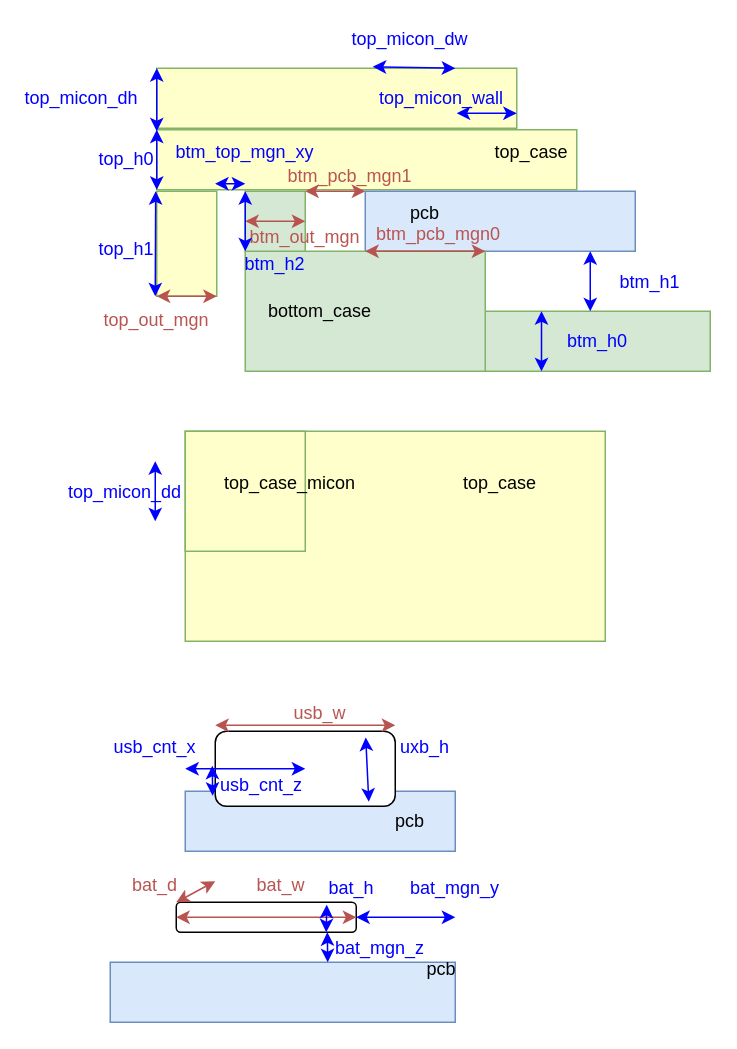
This is solx/components/keyboard/keycase.drawio from masashi2ueda/solx, a draw.io file, before an edit. Source tidied: cells renumbered, new cells numbered last; positions are measured from the earlier drawing's top-left corner, leaving out a move shared by most shapes. Both pictures are drawn from the tidied source at 150%, with x=0, y=0 at pixel (36, 26).
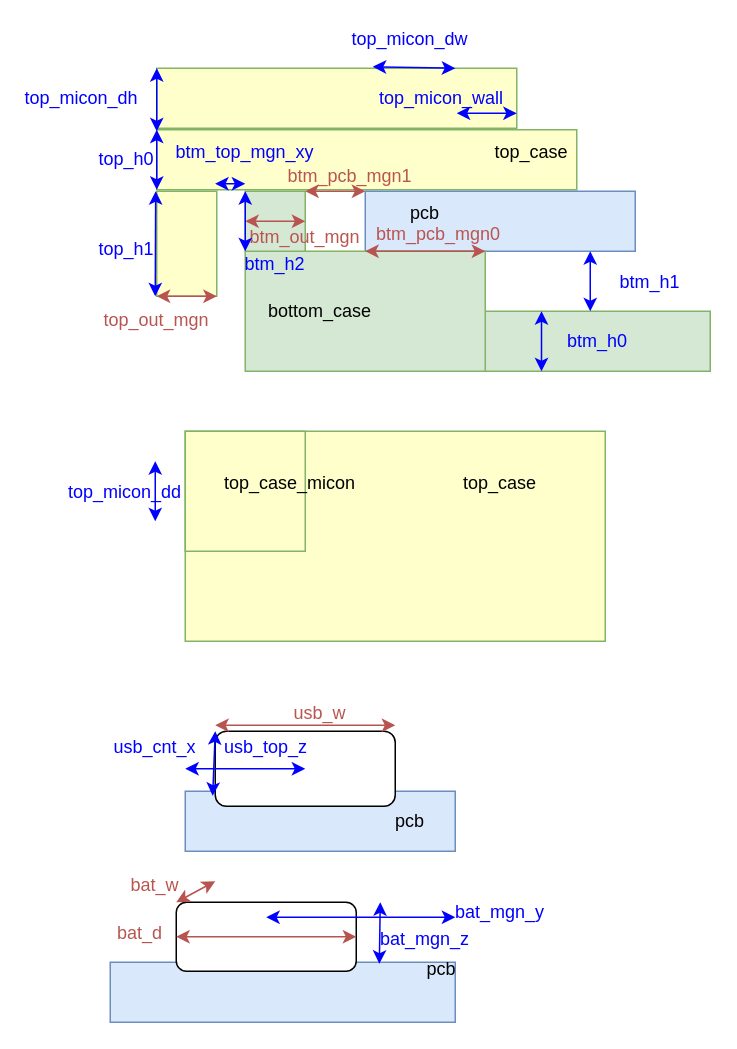
The same page after the edit.

Commit message (it also covers changes not shown here):
fix around mcn

The change refers to these unchanged cells:
```xml
<mxCell id="46" style="rounded=1;whiteSpace=wrap;html=1;" parent="1" vertex="1">
  <mxGeometry x="119" y="470" width="120" height="50" as="geometry" />
</mxCell>
<mxCell id="55" style="rounded=0;whiteSpace=wrap;html=1;fillColor=#dae8fc;strokeColor=#6c8ebf;" parent="1" vertex="1">
  <mxGeometry x="49" y="624" width="230" height="40" as="geometry" />
</mxCell>
```

What changed in the source:
```diff
@@
-    <mxCell id="47" value="usb_cnt_z" style="text;html=1;align=center;verticalAlign=middle;whiteSpace=wrap;rounded=0;fontColor=light-dark(#0000FF,#EDEDED);" parent="1" vertex="1">
-      <mxGeometry x="120" y="497" width="60" height="18" as="geometry" />
+    <mxCell id="47" value="usb_top_z" style="text;html=1;align=center;verticalAlign=middle;whiteSpace=wrap;rounded=0;fontColor=light-dark(#0000FF,#EDEDED);" parent="1" vertex="1">
+      <mxGeometry x="123" y="472" width="60" height="18" as="geometry" />
     </mxCell>
-    <mxCell id="48" style="endArrow=classic;startArrow=classic;html=1;fillColor=#f8cecc;strokeColor=#0000FF;" parent="1" edge="1">
+    <mxCell id="48" style="endArrow=classic;startArrow=classic;html=1;fillColor=#f8cecc;strokeColor=#0000FF;exitX=0;exitY=0;exitDx=0;exitDy=0;" parent="1" edge="1" source="46">
       <mxGeometry relative="1" as="geometry">
-        <mxPoint x="117" y="493" as="sourcePoint" />
         <mxPoint x="117.3" y="513" as="targetPoint" />
       </mxGeometry>
     </mxCell>
@@
-    <mxCell id="53" style="endArrow=classic;startArrow=classic;html=1;fillColor=#f8cecc;strokeColor=#0000FF;exitX=0.836;exitY=0.083;exitDx=0;exitDy=0;exitPerimeter=0;entryX=0.853;entryY=0.94;entryDx=0;entryDy=0;entryPerimeter=0;" parent="1" edge="1" source="46" target="46">
-      <mxGeometry relative="1" as="geometry" />
-    </mxCell>
-    <mxCell id="54" value="uxb_h" style="text;html=1;align=center;verticalAlign=middle;whiteSpace=wrap;rounded=0;fontColor=light-dark(#0000FF,#EDEDED);" parent="1" vertex="1">
-      <mxGeometry x="229" y="472" width="60" height="18" as="geometry" />
-    </mxCell>
@@
     <mxCell id="57" style="rounded=1;whiteSpace=wrap;html=1;" parent="1" vertex="1">
-      <mxGeometry x="93" y="584" width="120" height="20" as="geometry" />
+      <mxGeometry x="93" y="584" width="120" height="46" as="geometry" />
     </mxCell>
     <mxCell id="58" value="bat_mgn_z" style="text;html=1;align=center;verticalAlign=middle;whiteSpace=wrap;rounded=0;fontColor=light-dark(#0000FF,#EDEDED);" parent="1" vertex="1">
-      <mxGeometry x="199" y="606" width="60" height="18" as="geometry" />
+      <mxGeometry x="229" y="600" width="60" height="18" as="geometry" />
     </mxCell>
-    <mxCell id="59" style="endArrow=classic;startArrow=classic;html=1;fillColor=#f8cecc;strokeColor=#0000FF;" parent="1" edge="1">
+    <mxCell id="59" style="endArrow=classic;startArrow=classic;html=1;fillColor=#f8cecc;strokeColor=#0000FF;entryX=0.78;entryY=0.025;entryDx=0;entryDy=0;entryPerimeter=0;" parent="1" edge="1" target="55">
       <mxGeometry relative="1" as="geometry">
-        <mxPoint x="193.7" y="604" as="sourcePoint" />
-        <mxPoint x="194" y="624" as="targetPoint" />
+        <mxPoint x="229" y="584" as="sourcePoint" />
       </mxGeometry>
     </mxCell>
-    <mxCell id="60" style="endArrow=classic;startArrow=classic;html=1;fillColor=#f8cecc;strokeColor=#0000FF;exitX=1;exitY=0.5;exitDx=0;exitDy=0;" parent="1" edge="1" source="57">
+    <mxCell id="60" style="endArrow=classic;startArrow=classic;html=1;fillColor=#f8cecc;strokeColor=#0000FF;" parent="1" edge="1">
       <mxGeometry relative="1" as="geometry">
+        <mxPoint x="153" y="594" as="sourcePoint" />
         <mxPoint x="279" y="594" as="targetPoint" />
       </mxGeometry>
     </mxCell>
     <mxCell id="61" value="bat_mgn_y" style="text;html=1;align=center;verticalAlign=middle;whiteSpace=wrap;rounded=0;fontColor=light-dark(#0000FF,#EDEDED);" parent="1" vertex="1">
-      <mxGeometry x="249" y="566" width="60" height="18" as="geometry" />
+      <mxGeometry x="279" y="582" width="60" height="18" as="geometry" />
     </mxCell>
-    <mxCell id="62" value="bat_w" style="text;html=1;align=center;verticalAlign=middle;whiteSpace=wrap;rounded=0;fontColor=light-dark(#b95551, #ededed);" parent="1" vertex="1">
-      <mxGeometry x="133" y="564" width="60" height="18" as="geometry" />
+    <mxCell id="62" value="bat_d" style="text;html=1;align=center;verticalAlign=middle;whiteSpace=wrap;rounded=0;fontColor=light-dark(#b95551, #ededed);" parent="1" vertex="1">
+      <mxGeometry x="39" y="596" width="60" height="18" as="geometry" />
     </mxCell>
@@
-    <mxCell id="64" style="endArrow=classic;startArrow=classic;html=1;fillColor=#f8cecc;strokeColor=#0000FF;exitX=0.836;exitY=0.083;exitDx=0;exitDy=0;exitPerimeter=0;" parent="1" edge="1" source="57">
-      <mxGeometry relative="1" as="geometry">
-        <mxPoint x="193" y="604" as="targetPoint" />
-      </mxGeometry>
-    </mxCell>
-    <mxCell id="65" value="bat_h" style="text;html=1;align=center;verticalAlign=middle;whiteSpace=wrap;rounded=0;fontColor=light-dark(#0000FF,#EDEDED);" parent="1" vertex="1">
-      <mxGeometry x="180" y="566" width="60" height="18" as="geometry" />
-    </mxCell>
@@
-    <mxCell id="67" value="bat_d" style="text;html=1;align=center;verticalAlign=middle;whiteSpace=wrap;rounded=0;fontColor=light-dark(#b95551, #ededed);" parent="1" vertex="1">
+    <mxCell id="67" value="bat_w" style="text;html=1;align=center;verticalAlign=middle;whiteSpace=wrap;rounded=0;fontColor=light-dark(#b95551, #ededed);" parent="1" vertex="1">
       <mxGeometry x="49" y="564" width="60" height="18" as="geometry" />
     </mxCell>
```
